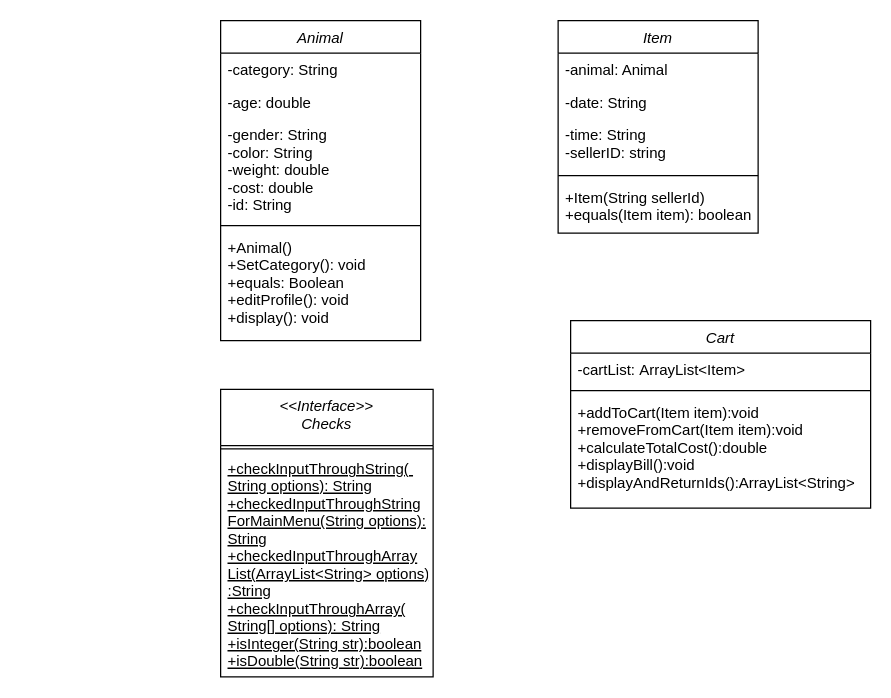
The draw.io diagram Diagram/ Analys_reflektion.drawio in GitoPot/Analys_reflektion, before the edit. Source tidied: cells renumbered, new cells numbered last; positions are measured from the earlier drawing's top-left corner, leaving out a move shared by most shapes. Both pictures are drawn from the tidied source at 125%, with x=0, y=0 at pixel (220, 20).
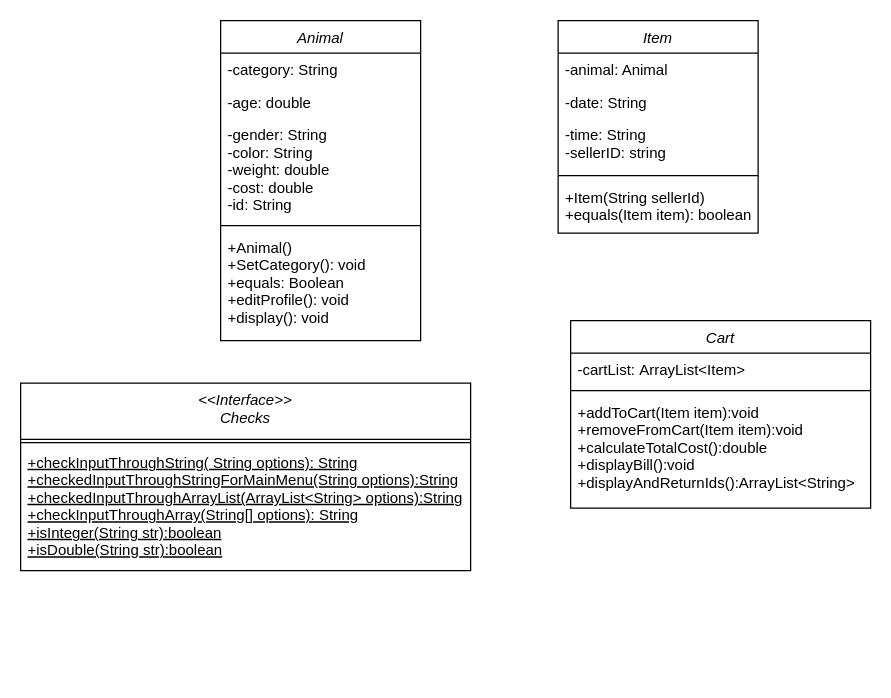
The same diagram, later.

Change to the diagram source:
```diff
@@
     <mxCell id="18" value="&lt;&lt;Interface&gt;&gt;&#10;Checks" style="swimlane;fontStyle=2;align=center;verticalAlign=top;horizontal=1;startSize=45;rounded=0;shadow=0;strokeWidth=1;" parent="1" vertex="1">
-      <mxGeometry y="295" width="170" height="230" as="geometry" />
+      <mxGeometry x="-160" y="290" width="360" height="150" as="geometry" />
     </mxCell>
     <mxCell id="19" style="line;html=1;strokeWidth=1;align=left;verticalAlign=middle;spacingTop=-1;spacingLeft=3;spacingRight=3;labelPosition=right;" parent="18" vertex="1">
-      <mxGeometry y="45" width="170" height="5" as="geometry" />
+      <mxGeometry y="45" width="360" height="5" as="geometry" />
     </mxCell>
-    <mxCell id="20" value="+checkInputThroughString( &#10;String options): String&#10;+checkedInputThroughString&#10;ForMainMenu(String options): &#10;String&#10;+checkedInputThroughArray&#10;List(ArrayList&lt;String&gt; options)&#10;:String&#10;+checkInputThroughArray(&#10;String[] options): String&#10;+isInteger(String str):boolean&#10;+isDouble(String str):boolean&#10;" style="text;align=left;verticalAlign=top;spacingLeft=4;spacingRight=4;overflow=hidden;fontStyle=4;" parent="18" vertex="1">
-      <mxGeometry y="50" width="170" height="180" as="geometry" />
+    <mxCell id="20" value="+checkInputThroughString( String options): String&#10;+checkedInputThroughStringForMainMenu(String options):String&#10;+checkedInputThroughArrayList(ArrayList&lt;String&gt; options):String&#10;+checkInputThroughArray(String[] options): String&#10;+isInteger(String str):boolean&#10;+isDouble(String str):boolean&#10;" style="text;align=left;verticalAlign=top;spacingLeft=4;spacingRight=4;overflow=hidden;fontStyle=4;" parent="18" vertex="1">
+      <mxGeometry y="50" width="360" height="100" as="geometry" />
     </mxCell>
```
